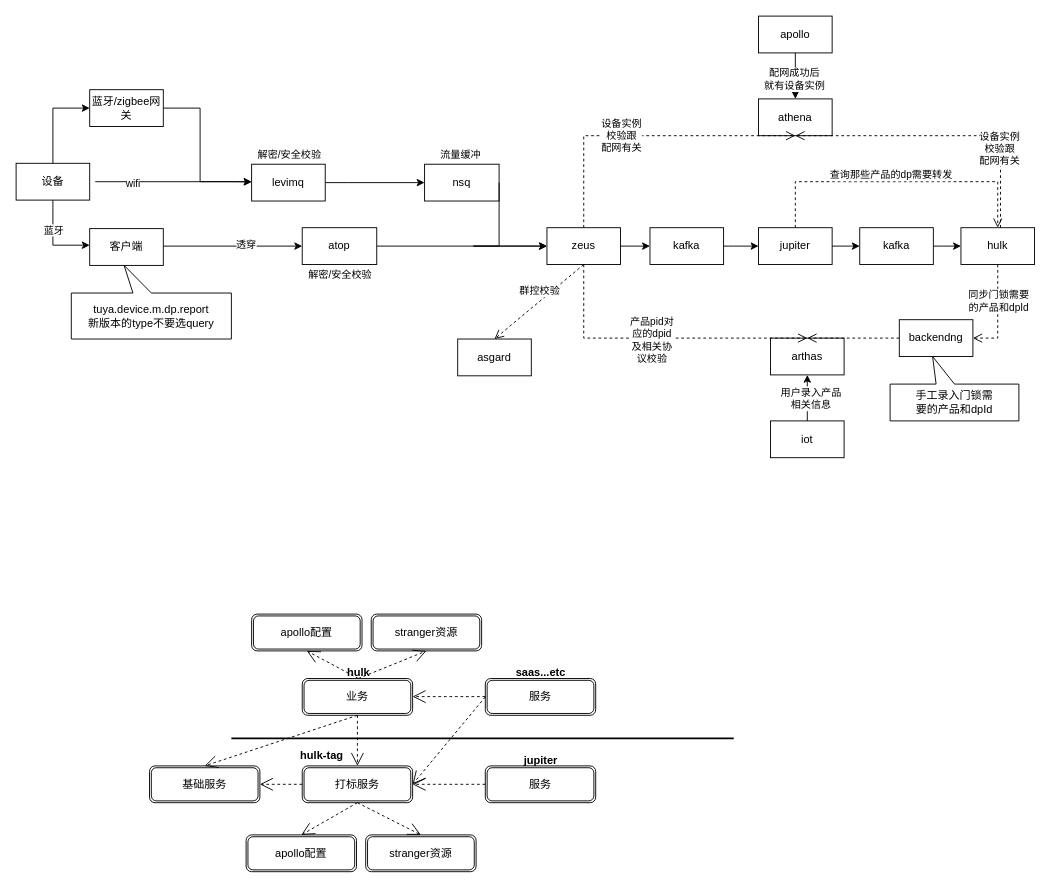
The draw.io diagram Untitled Diagram.drawio in javacoderinhz/img, before the edit. Source tidied: cells renumbered, new cells numbered last; positions are measured from the earlier drawing's top-left corner, leaving out a move shared by most shapes. Both pictures are drawn from the tidied source at 92%, with x=0, y=0 at pixel (16, 16).
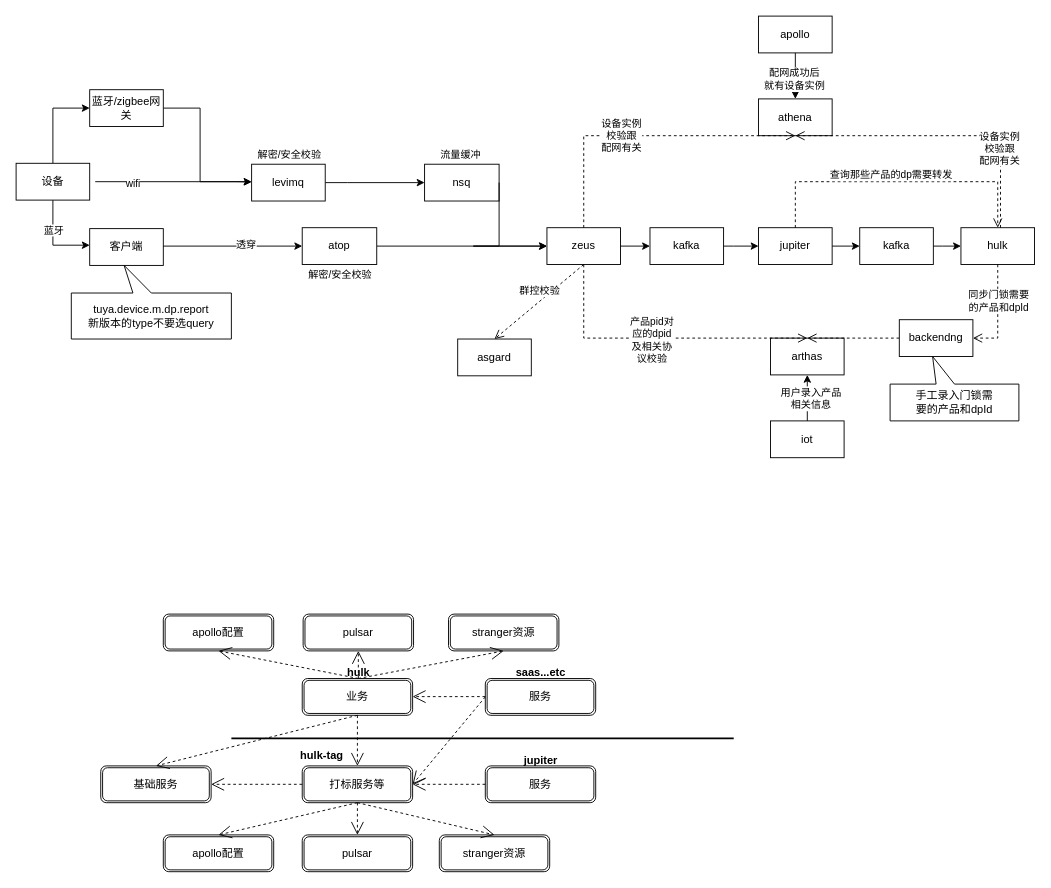
The same diagram, later.

The change refers to these unchanged cells:
```xml
<mxCell id="60" value="&lt;font style=&quot;font-size: 12px&quot;&gt;hulk&lt;/font&gt;" style="text;strokeColor=none;fillColor=none;html=1;fontSize=24;fontStyle=1;verticalAlign=middle;align=center;" parent="1" vertex="1">
  <mxGeometry x="352" y="700" width="40" height="20" as="geometry" />
</mxCell>
```

The edit, as a diff of the source:
```diff
@@
-    <mxCell id="56" value="打标服务" style="shape=ext;double=1;rounded=1;whiteSpace=wrap;html=1;" parent="1" vertex="1">
+    <mxCell id="56" value="打标服务等" style="shape=ext;double=1;rounded=1;whiteSpace=wrap;html=1;" parent="1" vertex="1">
       <mxGeometry x="311" y="815" width="120" height="40" as="geometry" />
     </mxCell>
@@
     <mxCell id="66" value="基础服务" style="shape=ext;double=1;rounded=1;whiteSpace=wrap;html=1;" parent="1" vertex="1">
-      <mxGeometry x="145" y="815" width="120" height="40" as="geometry" />
+      <mxGeometry x="92" y="815" width="120" height="40" as="geometry" />
     </mxCell>
@@
     <mxCell id="69" value="stranger资源" style="shape=ext;double=1;rounded=1;whiteSpace=wrap;html=1;" parent="1" vertex="1">
-      <mxGeometry x="380" y="890" width="120" height="40" as="geometry" />
+      <mxGeometry x="460" y="890" width="120" height="40" as="geometry" />
     </mxCell>
     <mxCell id="70" value="apollo配置" style="shape=ext;double=1;rounded=1;whiteSpace=wrap;html=1;" parent="1" vertex="1">
-      <mxGeometry x="250" y="890" width="120" height="40" as="geometry" />
+      <mxGeometry x="160" y="890" width="120" height="40" as="geometry" />
     </mxCell>
     <mxCell id="71" value="stranger资源" style="shape=ext;double=1;rounded=1;whiteSpace=wrap;html=1;" parent="1" vertex="1">
-      <mxGeometry x="386" y="650" width="120" height="40" as="geometry" />
+      <mxGeometry x="470" y="650" width="120" height="40" as="geometry" />
     </mxCell>
     <mxCell id="72" value="apollo配置" style="shape=ext;double=1;rounded=1;whiteSpace=wrap;html=1;" parent="1" vertex="1">
-      <mxGeometry x="256" y="650" width="120" height="40" as="geometry" />
+      <mxGeometry x="160" y="650" width="120" height="40" as="geometry" />
     </mxCell>
@@
+    <mxCell id="78" value="pulsar" style="shape=ext;double=1;rounded=1;whiteSpace=wrap;html=1;" parent="1" vertex="1">
+      <mxGeometry x="311" y="890" width="120" height="40" as="geometry" />
+    </mxCell>
+    <mxCell id="79" style="endArrow=open;endSize=12;dashed=1;html=1;rounded=0;fontSize=12;entryX=0.5;entryY=0;entryDx=0;entryDy=0;exitX=0.5;exitY=1;exitDx=0;exitDy=0;" parent="1" edge="1" source="56" target="78">
+      <mxGeometry relative="1" as="geometry" />
+    </mxCell>
+    <mxCell id="80" value="pulsar" style="shape=ext;double=1;rounded=1;whiteSpace=wrap;html=1;" parent="1" vertex="1">
+      <mxGeometry x="312" y="650" width="120" height="40" as="geometry" />
+    </mxCell>
+    <mxCell id="81" style="endArrow=open;endSize=12;dashed=1;html=1;rounded=0;fontSize=12;entryX=0.5;entryY=1;entryDx=0;entryDy=0;exitX=0.5;exitY=1;exitDx=0;exitDy=0;" parent="1" edge="1" source="60" target="80">
+      <mxGeometry relative="1" as="geometry" />
+    </mxCell>
```
